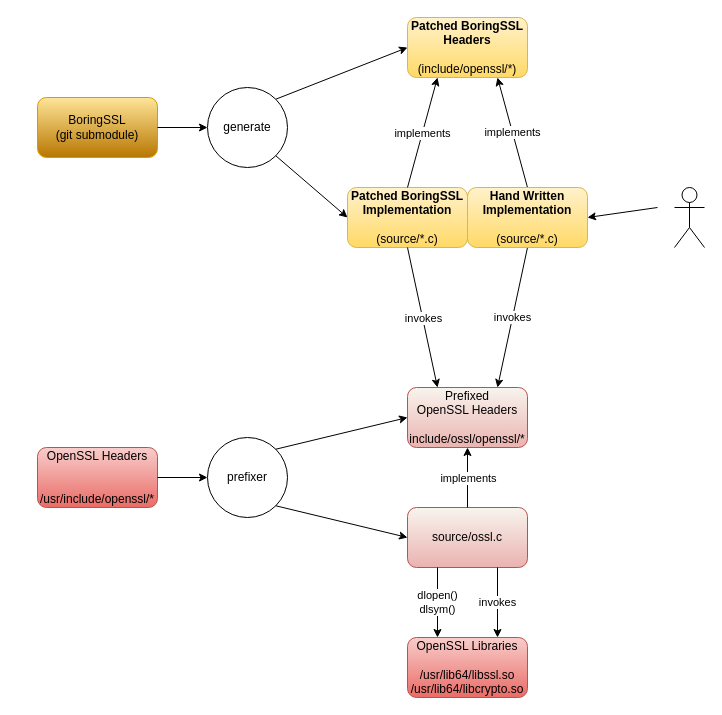
envoyproxy/envoy-openssl keeps this draw.io diagram as bssl-compat/bssl-compat-build.drawio. Above is the earlier version. Source tidied: cells renumbered, new cells numbered last; positions are measured from the earlier drawing's top-left corner, leaving out a move shared by most shapes. Both pictures are drawn from the tidied source at 100%, with x=0, y=0 at pixel (37, 17).
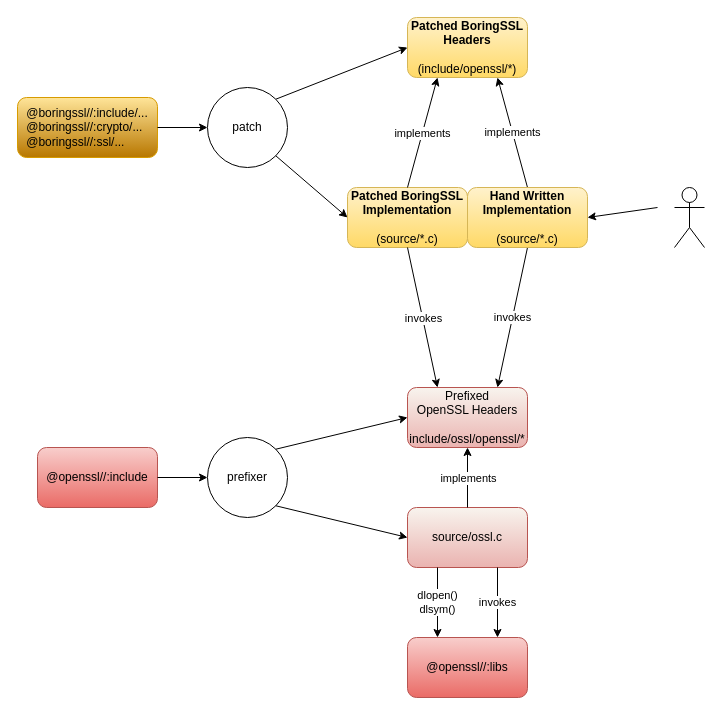
The same page after the edit.

Diff of the diagram source:
```diff
@@
-    <mxCell id="2" value="OpenSSL Headers&lt;br&gt;&lt;br&gt;&lt;br&gt;/usr/include/openssl/*" style="rounded=1;whiteSpace=wrap;html=1;fillColor=#f8cecc;gradientColor=#ea6b66;strokeColor=#b85450;" parent="1" vertex="1">
+    <mxCell id="2" value="@openssl//:include" style="rounded=1;whiteSpace=wrap;html=1;fillColor=#f8cecc;gradientColor=#ea6b66;strokeColor=#b85450;" parent="1" vertex="1">
       <mxGeometry y="430" width="120" height="60" as="geometry" />
     </mxCell>
-    <mxCell id="3" value="BoringSSL&lt;br&gt;(git submodule)" style="rounded=1;whiteSpace=wrap;html=1;fillColor=#FFE599;gradientColor=#B87700;strokeColor=#d79b00;" parent="1" vertex="1">
-      <mxGeometry y="80" width="120" height="60" as="geometry" />
+    <mxCell id="3" value="&lt;div style=&quot;text-align: left;&quot;&gt;&lt;span style=&quot;background-color: transparent; color: rgb(0, 0, 0);&quot;&gt;@boringssl//:&lt;/span&gt;&lt;span style=&quot;background-color: transparent;&quot;&gt;include/...&lt;/span&gt;&lt;/div&gt;&lt;div style=&quot;text-align: left;&quot;&gt;&lt;span style=&quot;color: rgb(0, 0, 0);&quot;&gt;@boringssl//:crypto/...&lt;/span&gt;&lt;/div&gt;&lt;div style=&quot;text-align: left;&quot;&gt;&lt;span style=&quot;color: rgb(0, 0, 0);&quot;&gt;@boringssl//:ssl/...&lt;/span&gt;&lt;span style=&quot;color: rgb(0, 0, 0);&quot;&gt;&lt;/span&gt;&lt;/div&gt;" style="rounded=1;whiteSpace=wrap;html=1;fillColor=#FFE599;gradientColor=#B87700;strokeColor=#d79b00;" parent="1" vertex="1">
+      <mxGeometry x="-20" y="80" width="140" height="60" as="geometry" />
     </mxCell>
@@
-    <mxCell id="14" value="generate" style="ellipse;whiteSpace=wrap;html=1;" parent="1" vertex="1">
+    <mxCell id="14" value="patch" style="ellipse;whiteSpace=wrap;html=1;" parent="1" vertex="1">
       <mxGeometry x="170" y="70" width="80" height="80" as="geometry" />
     </mxCell>
@@
-    <mxCell id="22" value="OpenSSL Libraries&lt;br&gt;&lt;br&gt;/usr/lib64/libssl.so&lt;br&gt;/usr/lib64/libcrypto.so" style="rounded=1;whiteSpace=wrap;html=1;fillColor=#f8cecc;gradientColor=#ea6b66;strokeColor=#b85450;" parent="1" vertex="1">
+    <mxCell id="22" value="@openssl//:libs" style="rounded=1;whiteSpace=wrap;html=1;fillColor=#f8cecc;gradientColor=#ea6b66;strokeColor=#b85450;" parent="1" vertex="1">
       <mxGeometry x="370" y="620" width="120" height="60" as="geometry" />
     </mxCell>
```
